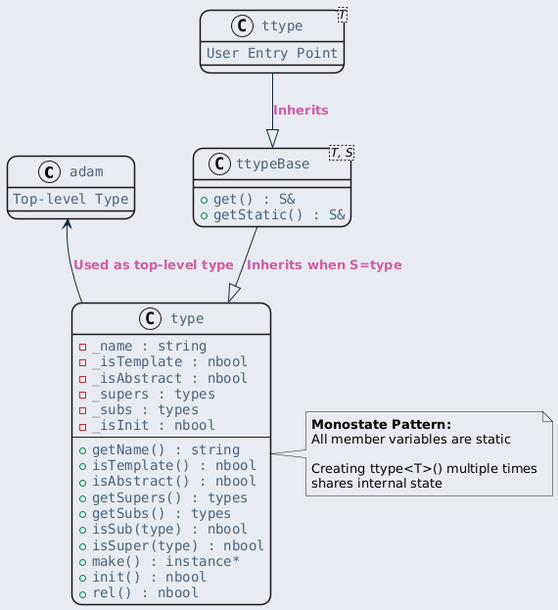
Above: ref/generated/ko/inline_umlgraph_7.png in byeolang/website (PlantUML), before the change.
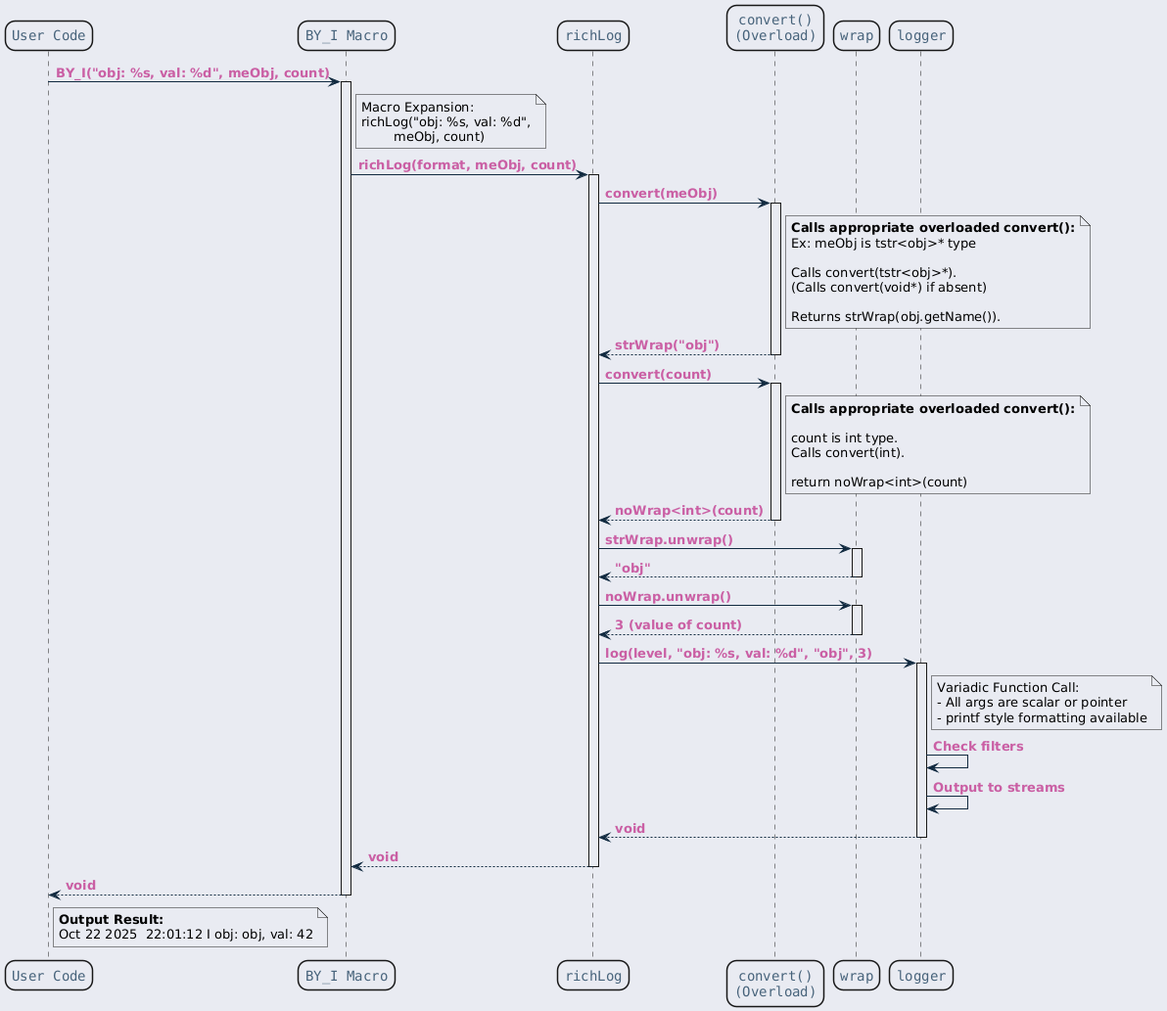
Later version of the same file.

The edit, as a diff of the source:
```diff
@@ -23,48 +23,89 @@
     }
 }
 </style>
-class "adam" as adam {
-    Top-level Type
-}
+participant "User Code" as user
+participant "BY_I Macro" as macro
+participant "richLog" as richLog
+participant "convert()\n(Overload)" as convert
+participant "wrap" as wrap
+participant "logger" as logger
 
-class "type" as type {
-    - _name : string
-    - _isTemplate : nbool
-    - _isAbstract : nbool
-    - _supers : types
-    - _subs : types
-    - _isInit : nbool
-    ---
-    + getName() : string
-    + isTemplate() : nbool
-    + isAbstract() : nbool
-    + getSupers() : types
-    + getSubs() : types
-    + isSub(type) : nbool
-    + isSuper(type) : nbool
-    + make() : instance*
-    + init() : nbool
-    + rel() : nbool
-}
+user -> macro : BY_I("obj: %s, val: %d", meObj, count)
+activate macro
 
-class "ttypeBase<T, S>" as ttypeBase {
-    + get() : S&
-    + getStatic() : S&
-}
-
-class "ttype<T>" as ttype {
-    User Entry Point
-}
-
-note right of type
-  <b>Monostate Pattern:</b>
-  All member variables are static
-
-  Creating ttype<T>() multiple times
-  shares internal state
+note right of macro
+  Macro Expansion:
+  richLog("obj: %s, val: %d",
+          meObj, count)
 end note
 
-ttype --|> ttypeBase : Inherits
-ttypeBase --|> type : Inherits when S=type
-adam <-- type : Used as top-level type
+macro -> richLog : richLog(format, meObj, count)
+activate richLog
+
+richLog -> convert : convert(meObj)
+activate convert
+
+note right of convert
+  <b>Calls appropriate overloaded convert():</b>
+  Ex: meObj is tstr<obj>* type
+
+  Calls convert(tstr<obj>*).
+  (Calls convert(void*) if absent)
+
+  Returns strWrap(obj.getName()).
+end note
+
+convert --> richLog : strWrap("obj")
+deactivate convert
+
+richLog -> convert : convert(count)
+activate convert
+
+note right of convert
+  <b>Calls appropriate overloaded convert():</b>
+
+  count is int type.
+  Calls convert(int).
+
+  return noWrap<int>(count)
+end note
+
+convert --> richLog : noWrap<int>(count)
+deactivate convert
+
+richLog -> wrap : strWrap.unwrap()
+activate wrap
+wrap --> richLog : "obj"
+deactivate wrap
+
+richLog -> wrap : noWrap.unwrap()
+activate wrap
+wrap --> richLog : 3 (value of count)
+deactivate wrap
+
+richLog -> logger : log(level, "obj: %s, val: %d", "obj", 3)
+activate logger
+
+note right of logger
+  Variadic Function Call:
+  - All args are scalar or pointer
+  - printf style formatting available
+end note
+
+logger -> logger : Check filters
+logger -> logger : Output to streams
+
+logger --> richLog : void
+deactivate logger
+
+richLog --> macro : void
+deactivate richLog
+
+macro --> user : void
+deactivate macro
+
+note right of user
+  <b>Output Result:</b>
+  Oct 22 2025  22:01:12 I obj: obj, val: 42
+end note
 @enduml
```
